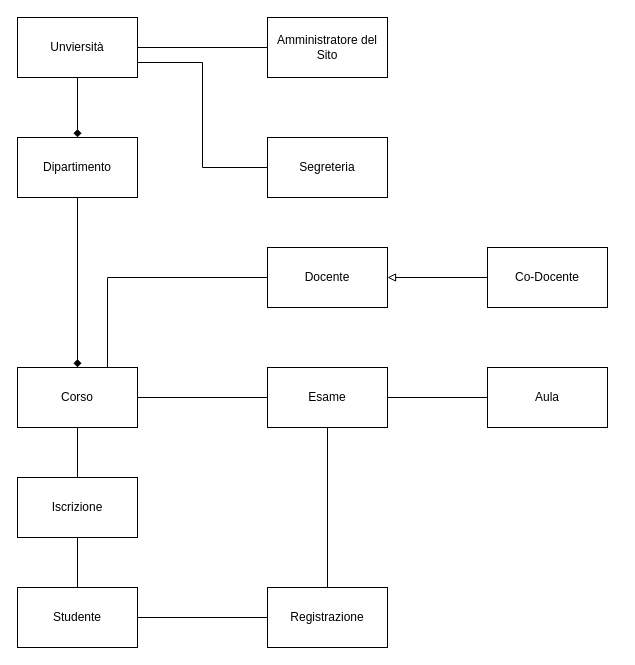
Earlier version of the draw.io diagram Modelli/Diagramma di Dominio.drawio (brullomattia/Documentazione). Source tidied: cells renumbered, new cells numbered last; positions are measured from the earlier drawing's top-left corner, leaving out a move shared by most shapes. Both pictures are drawn from the tidied source at 100%, with x=0, y=0 at pixel (17, 17).
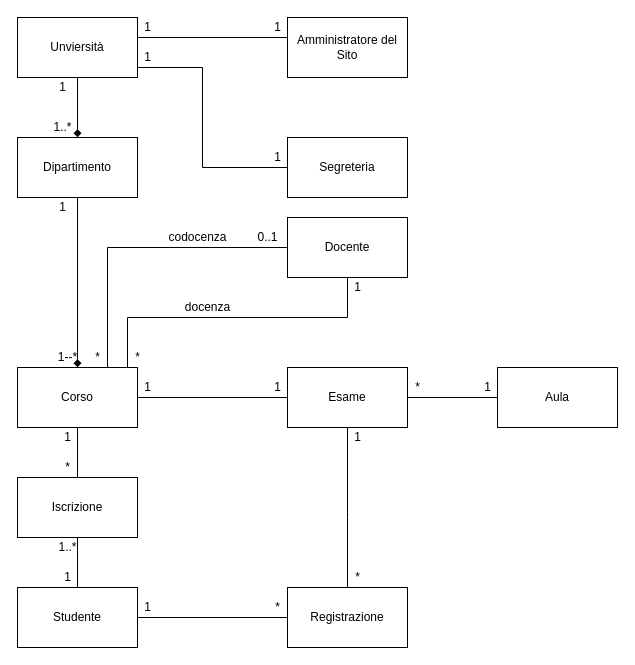
The same page after the edit.

Unchanged cells that the change refers to:
```xml
<mxCell id="3" value="Unviersità" style="whiteSpace=wrap;html=1;" parent="1" vertex="1">
  <mxGeometry width="120" height="60" as="geometry" />
</mxCell>
<mxCell id="13" value="Corso" style="rounded=0;whiteSpace=wrap;html=1;" parent="1" vertex="1">
  <mxGeometry y="350" width="120" height="60" as="geometry" />
</mxCell>
```

The edit, as a diff of the source:
```diff
@@
     <mxCell id="7" style="edgeStyle=orthogonalEdgeStyle;rounded=0;jettySize=auto;html=1;entryX=0.75;entryY=0;entryDx=0;entryDy=0;endArrow=none;endFill=0;" parent="1" edge="1" source="8" target="13">
       <mxGeometry relative="1" as="geometry">
         <Array as="points">
-          <mxPoint x="90" y="260" />
+          <mxPoint x="330" y="300" />
+          <mxPoint x="110" y="300" />
+          <mxPoint x="110" y="350" />
         </Array>
       </mxGeometry>
     </mxCell>
+    <mxCell id="26" style="edgeStyle=orthogonalEdgeStyle;rounded=0;jettySize=auto;html=1;entryX=0.75;entryY=0;entryDx=0;entryDy=0;endArrow=none;endFill=0;startArrow=none;" parent="1" edge="1" target="13">
+      <mxGeometry relative="1" as="geometry">
+        <mxPoint x="90" y="350" as="sourcePoint" />
+      </mxGeometry>
+    </mxCell>
     <mxCell id="8" value="Docente" style="rounded=0;whiteSpace=wrap;html=1;" parent="1" vertex="1">
-      <mxGeometry x="250" y="230" width="120" height="60" as="geometry" />
+      <mxGeometry x="270" y="200" width="120" height="60" as="geometry" />
     </mxCell>
     <mxCell id="9" style="edgeStyle=orthogonalEdgeStyle;rounded=0;jettySize=auto;html=1;entryX=1;entryY=0.75;entryDx=0;entryDy=0;endArrow=none;endFill=0;" parent="1" edge="1" source="10" target="3">
       <mxGeometry relative="1" as="geometry">
         <Array as="points">
           <mxPoint x="185" y="150" />
-          <mxPoint x="185" y="45" />
+          <mxPoint x="185" y="50" />
+          <mxPoint x="120" y="50" />
         </Array>
       </mxGeometry>
     </mxCell>
     <mxCell id="10" value="Segreteria" style="rounded=0;whiteSpace=wrap;html=1;" parent="1" vertex="1">
-      <mxGeometry x="250" y="120" width="120" height="60" as="geometry" />
+      <mxGeometry x="270" y="120" width="120" height="60" as="geometry" />
     </mxCell>
     <mxCell id="11" style="edgeStyle=orthogonalEdgeStyle;rounded=0;jettySize=auto;html=1;entryX=1;entryY=0.5;entryDx=0;entryDy=0;endArrow=none;endFill=0;" parent="1" edge="1" source="12" target="3">
-      <mxGeometry relative="1" as="geometry" />
+      <mxGeometry relative="1" as="geometry">
+        <Array as="points">
+          <mxPoint x="120" y="20" />
+        </Array>
+      </mxGeometry>
     </mxCell>
     <mxCell id="12" value="Amministratore del Sito" style="rounded=0;whiteSpace=wrap;html=1;" parent="1" vertex="1">
-      <mxGeometry x="250" width="120" height="60" as="geometry" />
+      <mxGeometry x="270" width="120" height="60" as="geometry" />
     </mxCell>
@@
     <mxCell id="18" value="Esame" style="rounded=0;whiteSpace=wrap;html=1;" parent="1" vertex="1">
-      <mxGeometry x="250" y="350" width="120" height="60" as="geometry" />
+      <mxGeometry x="270" y="350" width="120" height="60" as="geometry" />
     </mxCell>
     <mxCell id="19" value="Aula" style="rounded=0;whiteSpace=wrap;html=1;" parent="1" vertex="1">
-      <mxGeometry x="470" y="350" width="120" height="60" as="geometry" />
+      <mxGeometry x="480" y="350" width="120" height="60" as="geometry" />
     </mxCell>
     <mxCell id="20" style="edgeStyle=orthogonalEdgeStyle;rounded=0;jettySize=auto;html=1;entryX=0.5;entryY=1;entryDx=0;entryDy=0;endArrow=none;endFill=0;" parent="1" edge="1" source="21" target="18">
       <mxGeometry relative="1" as="geometry">
         <Array as="points">
-          <mxPoint x="310" y="600" />
-          <mxPoint x="310" y="410" />
+          <mxPoint x="330" y="500" />
+          <mxPoint x="330" y="500" />
         </Array>
       </mxGeometry>
     </mxCell>
     <mxCell id="21" value="Registrazione" style="rounded=0;whiteSpace=wrap;html=1;" parent="1" vertex="1">
-      <mxGeometry x="250" y="570" width="120" height="60" as="geometry" />
+      <mxGeometry x="270" y="570" width="120" height="60" as="geometry" />
     </mxCell>
-    <mxCell id="22" style="edgeStyle=orthogonalEdgeStyle;rounded=0;jettySize=auto;html=1;entryX=1;entryY=0.5;entryDx=0;entryDy=0;endArrow=block;endFill=0;startArrow=none;startFill=0;" parent="1" edge="1" source="23" target="8">
-      <mxGeometry relative="1" as="geometry" />
-    </mxCell>
-    <mxCell id="23" value="Co-Docente" style="rounded=0;whiteSpace=wrap;html=1;" parent="1" vertex="1">
-      <mxGeometry x="470" y="230" width="120" height="60" as="geometry" />
-    </mxCell>
@@
+    <mxCell id="27" value="docenza" style="text;html=1;align=center;verticalAlign=middle;strokeColor=none;fillColor=none;" parent="1" vertex="1">
+      <mxGeometry x="160" y="280" width="60" height="20" as="geometry" />
+    </mxCell>
+    <mxCell id="28" value="codocenza" style="text;html=1;align=center;verticalAlign=middle;strokeColor=none;fillColor=none;" parent="1" vertex="1">
+      <mxGeometry x="145" y="210" width="70" height="20" as="geometry" />
+    </mxCell>
+    <mxCell id="29" value="1" style="text;html=1;align=center;verticalAlign=middle;strokeColor=none;fillColor=none;" parent="1" vertex="1">
+      <mxGeometry x="120" width="20" height="20" as="geometry" />
+    </mxCell>
+    <mxCell id="30" value="1" style="text;html=1;align=center;verticalAlign=middle;strokeColor=none;fillColor=none;" parent="1" vertex="1">
+      <mxGeometry x="250" width="20" height="20" as="geometry" />
+    </mxCell>
+    <mxCell id="31" value="1" style="text;html=1;align=center;verticalAlign=middle;strokeColor=none;fillColor=none;" parent="1" vertex="1">
+      <mxGeometry x="250" y="130" width="20" height="20" as="geometry" />
+    </mxCell>
+    <mxCell id="32" value="1" style="text;html=1;align=center;verticalAlign=middle;strokeColor=none;fillColor=none;" parent="1" vertex="1">
+      <mxGeometry x="120" y="30" width="20" height="20" as="geometry" />
+    </mxCell>
+    <mxCell id="33" value="1" style="text;html=1;align=center;verticalAlign=middle;strokeColor=none;fillColor=none;" parent="1" vertex="1">
+      <mxGeometry x="35" y="60" width="20" height="20" as="geometry" />
+    </mxCell>
+    <mxCell id="34" value="1..*" style="text;html=1;align=center;verticalAlign=middle;strokeColor=none;fillColor=none;" parent="1" vertex="1">
+      <mxGeometry x="30" y="100" width="30" height="20" as="geometry" />
+    </mxCell>
+    <mxCell id="35" value="1" style="text;html=1;align=center;verticalAlign=middle;strokeColor=none;fillColor=none;" parent="1" vertex="1">
+      <mxGeometry x="35" y="180" width="20" height="20" as="geometry" />
+    </mxCell>
+    <mxCell id="36" value="1--*" style="text;html=1;align=center;verticalAlign=middle;strokeColor=none;fillColor=none;" parent="1" vertex="1">
+      <mxGeometry x="35" y="330" width="30" height="20" as="geometry" />
+    </mxCell>
+    <mxCell id="37" value="1" style="text;html=1;align=center;verticalAlign=middle;strokeColor=none;fillColor=none;" parent="1" vertex="1">
+      <mxGeometry x="40" y="410" width="20" height="20" as="geometry" />
+    </mxCell>
+    <mxCell id="38" value="*" style="text;html=1;align=center;verticalAlign=middle;strokeColor=none;fillColor=none;" parent="1" vertex="1">
+      <mxGeometry x="40" y="440" width="20" height="20" as="geometry" />
+    </mxCell>
+    <mxCell id="39" value="1..*" style="text;html=1;align=center;verticalAlign=middle;strokeColor=none;fillColor=none;" parent="1" vertex="1">
+      <mxGeometry x="35" y="520" width="30" height="20" as="geometry" />
+    </mxCell>
+    <mxCell id="40" value="1" style="text;html=1;align=center;verticalAlign=middle;strokeColor=none;fillColor=none;" parent="1" vertex="1">
+      <mxGeometry x="40" y="550" width="20" height="20" as="geometry" />
+    </mxCell>
+    <mxCell id="41" value="1" style="text;html=1;align=center;verticalAlign=middle;strokeColor=none;fillColor=none;" parent="1" vertex="1">
+      <mxGeometry x="120" y="580" width="20" height="20" as="geometry" />
+    </mxCell>
+    <mxCell id="42" value="*" style="text;html=1;align=center;verticalAlign=middle;strokeColor=none;fillColor=none;" parent="1" vertex="1">
+      <mxGeometry x="250" y="580" width="20" height="20" as="geometry" />
+    </mxCell>
+    <mxCell id="43" value="*" style="text;html=1;align=center;verticalAlign=middle;strokeColor=none;fillColor=none;" parent="1" vertex="1">
+      <mxGeometry x="330" y="550" width="20" height="20" as="geometry" />
+    </mxCell>
+    <mxCell id="44" value="1" style="text;html=1;align=center;verticalAlign=middle;strokeColor=none;fillColor=none;" parent="1" vertex="1">
+      <mxGeometry x="330" y="410" width="20" height="20" as="geometry" />
+    </mxCell>
+    <mxCell id="45" value="*" style="text;html=1;align=center;verticalAlign=middle;strokeColor=none;fillColor=none;" parent="1" vertex="1">
+      <mxGeometry x="390" y="360" width="20" height="20" as="geometry" />
+    </mxCell>
+    <mxCell id="46" value="1" style="text;html=1;align=center;verticalAlign=middle;strokeColor=none;fillColor=none;" parent="1" vertex="1">
+      <mxGeometry x="460" y="360" width="20" height="20" as="geometry" />
+    </mxCell>
+    <mxCell id="47" value="1" style="text;html=1;align=center;verticalAlign=middle;strokeColor=none;fillColor=none;" parent="1" vertex="1">
+      <mxGeometry x="120" y="360" width="20" height="20" as="geometry" />
+    </mxCell>
+    <mxCell id="48" value="1" style="text;html=1;align=center;verticalAlign=middle;strokeColor=none;fillColor=none;" parent="1" vertex="1">
+      <mxGeometry x="250" y="360" width="20" height="20" as="geometry" />
+    </mxCell>
+    <mxCell id="49" value="1" style="text;html=1;align=center;verticalAlign=middle;strokeColor=none;fillColor=none;" parent="1" vertex="1">
+      <mxGeometry x="330" y="260" width="20" height="20" as="geometry" />
+    </mxCell>
+    <mxCell id="50" value="0..1" style="text;html=1;align=center;verticalAlign=middle;strokeColor=none;fillColor=none;" parent="1" vertex="1">
+      <mxGeometry x="230" y="210" width="40" height="20" as="geometry" />
+    </mxCell>
+    <mxCell id="51" value="*" style="text;html=1;align=center;verticalAlign=middle;strokeColor=none;fillColor=none;" parent="1" vertex="1">
+      <mxGeometry x="110" y="330" width="20" height="20" as="geometry" />
+    </mxCell>
+    <mxCell id="52" style="edgeStyle=orthogonalEdgeStyle;rounded=0;jettySize=auto;html=1;entryX=0.75;entryY=0;entryDx=0;entryDy=0;endArrow=none;endFill=0;" parent="1" edge="1" source="8" target="13">
+      <mxGeometry relative="1" as="geometry" />
+    </mxCell>
+    <mxCell id="53" value="*" style="text;html=1;align=center;verticalAlign=middle;strokeColor=none;fillColor=none;" parent="1" vertex="1">
+      <mxGeometry x="70" y="330" width="20" height="20" as="geometry" />
+    </mxCell>
```
